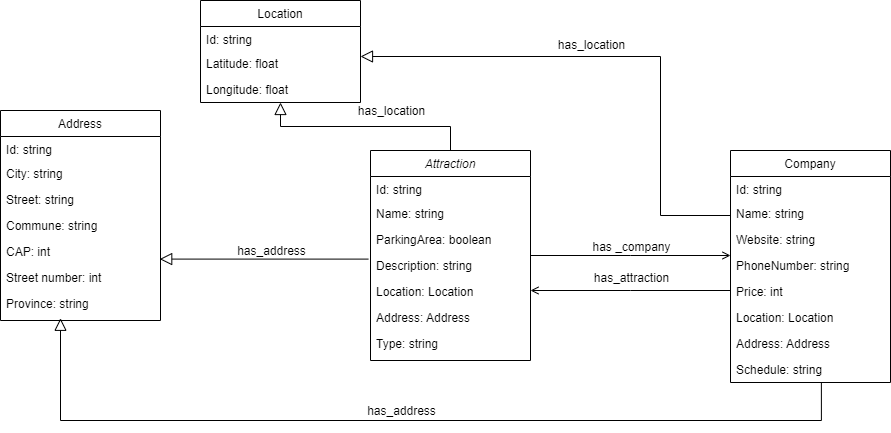
This is Teleologies/Informal Modeling/er.png from AndreFrigo/Trentino-territory, a draw.io export, as it was before one commit. Source tidied: cells renumbered, new cells last; positions are measured from the earlier drawing's top-left corner, leaving out a move shared by most shapes. Its diagram source:
```xml
<mxGraphModel>
  <root>
    <mxCell id="0" />
    <mxCell id="1" parent="0" />
    <mxCell id="2" value="Attraction" style="swimlane;fontStyle=2;align=center;verticalAlign=top;horizontal=1;startSize=26;rounded=0;shadow=0;strokeWidth=1;" parent="1" vertex="1">
      <mxGeometry x="370" y="150" width="160" height="210" as="geometry" />
    </mxCell>
    <mxCell id="3" value="Id: string" style="text;align=left;verticalAlign=top;spacingLeft=4;spacingRight=4;overflow=hidden;" parent="2" vertex="1">
      <mxGeometry y="26" width="160" height="24" as="geometry" />
    </mxCell>
    <mxCell id="4" value="Name: string" style="text;align=left;verticalAlign=top;spacingLeft=4;spacingRight=4;overflow=hidden;" parent="2" vertex="1">
      <mxGeometry y="50" width="160" height="26" as="geometry" />
    </mxCell>
    <mxCell id="5" value="ParkingArea: boolean" style="text;align=left;verticalAlign=top;spacingLeft=4;spacingRight=4;overflow=hidden;rounded=0;shadow=0;html=0;" parent="2" vertex="1">
      <mxGeometry y="76" width="160" height="26" as="geometry" />
    </mxCell>
    <mxCell id="6" value="Description: string" style="text;align=left;verticalAlign=top;spacingLeft=4;spacingRight=4;overflow=hidden;points=[[0,0.5],[1,0.5]];portConstraint=eastwest;rounded=0;shadow=0;html=0;" parent="2" vertex="1">
      <mxGeometry y="102" width="160" height="26" as="geometry" />
    </mxCell>
    <mxCell id="7" value="Location: Location" style="text;align=left;verticalAlign=top;spacingLeft=4;spacingRight=4;overflow=hidden;rounded=0;shadow=0;html=0;" parent="2" vertex="1">
      <mxGeometry y="128" width="160" height="26" as="geometry" />
    </mxCell>
    <mxCell id="8" value="Address: Address" style="text;align=left;verticalAlign=top;spacingLeft=4;spacingRight=4;overflow=hidden;rounded=0;shadow=0;html=0;" parent="2" vertex="1">
      <mxGeometry y="154" width="160" height="26" as="geometry" />
    </mxCell>
    <mxCell id="9" value="Type: string" style="text;align=left;verticalAlign=top;spacingLeft=4;spacingRight=4;overflow=hidden;" parent="2" vertex="1">
      <mxGeometry y="180" width="160" height="26" as="geometry" />
    </mxCell>
    <mxCell id="10" value="Location" style="swimlane;fontStyle=0;align=center;verticalAlign=top;horizontal=1;startSize=26;rounded=0;shadow=0;strokeWidth=1;" parent="1" vertex="1">
      <mxGeometry x="200" width="160" height="102" as="geometry" />
    </mxCell>
    <mxCell id="11" value="Id: string" style="text;align=left;verticalAlign=top;spacingLeft=4;spacingRight=4;overflow=hidden;" parent="10" vertex="1">
      <mxGeometry y="26" width="160" height="24" as="geometry" />
    </mxCell>
    <mxCell id="12" value="Latitude: float" style="text;align=left;verticalAlign=top;spacingLeft=4;spacingRight=4;overflow=hidden;" parent="10" vertex="1">
      <mxGeometry y="50" width="160" height="26" as="geometry" />
    </mxCell>
    <mxCell id="13" value="Longitude: float" style="text;align=left;verticalAlign=top;spacingLeft=4;spacingRight=4;overflow=hidden;" parent="10" vertex="1">
      <mxGeometry y="76" width="160" height="26" as="geometry" />
    </mxCell>
    <mxCell id="14" style="endArrow=block;endSize=10;endFill=0;shadow=0;strokeWidth=1;rounded=0;edgeStyle=elbowEdgeStyle;elbow=vertical;" parent="1" edge="1" source="2" target="10">
      <mxGeometry relative="1" as="geometry" />
    </mxCell>
    <mxCell id="15" value="Company" style="swimlane;fontStyle=0;align=center;verticalAlign=top;horizontal=1;startSize=26;rounded=0;shadow=0;strokeWidth=1;" parent="1" vertex="1">
      <mxGeometry x="730" y="150" width="160" height="232" as="geometry" />
    </mxCell>
    <mxCell id="16" value="Id: string" style="text;align=left;verticalAlign=top;spacingLeft=4;spacingRight=4;overflow=hidden;" parent="15" vertex="1">
      <mxGeometry y="26" width="160" height="24" as="geometry" />
    </mxCell>
    <mxCell id="17" value="Name: string" style="text;align=left;verticalAlign=top;spacingLeft=4;spacingRight=4;overflow=hidden;" parent="15" vertex="1">
      <mxGeometry y="50" width="160" height="26" as="geometry" />
    </mxCell>
    <mxCell id="18" value="Website: string" style="text;align=left;verticalAlign=top;spacingLeft=4;spacingRight=4;overflow=hidden;points=[[0,0.5],[1,0.5]];portConstraint=eastwest;rounded=0;shadow=0;html=0;" parent="15" vertex="1">
      <mxGeometry y="76" width="160" height="26" as="geometry" />
    </mxCell>
    <mxCell id="19" value="PhoneNumber: string" style="text;align=left;verticalAlign=top;spacingLeft=4;spacingRight=4;overflow=hidden;rounded=0;shadow=0;html=0;" parent="15" vertex="1">
      <mxGeometry y="102" width="160" height="26" as="geometry" />
    </mxCell>
    <mxCell id="20" value="Price: int" style="text;align=left;verticalAlign=top;spacingLeft=4;spacingRight=4;overflow=hidden;rounded=0;shadow=0;html=0;" parent="15" vertex="1">
      <mxGeometry y="128" width="160" height="26" as="geometry" />
    </mxCell>
    <mxCell id="21" value="Location: Location" style="text;align=left;verticalAlign=top;spacingLeft=4;spacingRight=4;overflow=hidden;rounded=0;shadow=0;html=0;" parent="15" vertex="1">
      <mxGeometry y="154" width="160" height="26" as="geometry" />
    </mxCell>
    <mxCell id="22" value="Address: Address" style="text;align=left;verticalAlign=top;spacingLeft=4;spacingRight=4;overflow=hidden;rounded=0;shadow=0;html=0;" parent="15" vertex="1">
      <mxGeometry y="180" width="160" height="26" as="geometry" />
    </mxCell>
    <mxCell id="23" value="Schedule: string" style="text;align=left;verticalAlign=top;spacingLeft=4;spacingRight=4;overflow=hidden;points=[[0,0.5],[1,0.5]];portConstraint=eastwest;rounded=0;shadow=0;html=0;" parent="15" vertex="1">
      <mxGeometry y="206" width="160" height="26" as="geometry" />
    </mxCell>
    <mxCell id="24" style="endArrow=open;shadow=0;strokeWidth=1;rounded=0;endFill=1;edgeStyle=elbowEdgeStyle;elbow=vertical;" parent="1" edge="1" source="2" target="15">
      <mxGeometry x="0.5" y="41" relative="1" as="geometry">
        <mxPoint x="-40" y="32" as="offset" />
      </mxGeometry>
    </mxCell>
    <mxCell id="25" value="has _company" style="text;html=1;align=center;verticalAlign=middle;labelBackgroundColor=none;rounded=0;shadow=0;strokeWidth=1;fontSize=12;" parent="24" vertex="1">
      <mxGeometry x="0.5" y="49" relative="1" as="geometry">
        <mxPoint x="-50" y="40" as="offset" />
      </mxGeometry>
    </mxCell>
    <mxCell id="26" value="Address" style="swimlane;fontStyle=0;align=center;verticalAlign=top;horizontal=1;startSize=26;rounded=0;shadow=0;strokeWidth=1;" parent="1" vertex="1">
      <mxGeometry y="110" width="160" height="210" as="geometry" />
    </mxCell>
    <mxCell id="27" value="Id: string" style="text;align=left;verticalAlign=top;spacingLeft=4;spacingRight=4;overflow=hidden;" parent="26" vertex="1">
      <mxGeometry y="26" width="160" height="24" as="geometry" />
    </mxCell>
    <mxCell id="28" value="City: string" style="text;align=left;verticalAlign=top;spacingLeft=4;spacingRight=4;overflow=hidden;" parent="26" vertex="1">
      <mxGeometry y="50" width="160" height="26" as="geometry" />
    </mxCell>
    <mxCell id="29" value="Street: string" style="text;align=left;verticalAlign=top;spacingLeft=4;spacingRight=4;overflow=hidden;" parent="26" vertex="1">
      <mxGeometry y="76" width="160" height="26" as="geometry" />
    </mxCell>
    <mxCell id="30" value="Commune: string " style="text;align=left;verticalAlign=top;spacingLeft=4;spacingRight=4;overflow=hidden;" parent="26" vertex="1">
      <mxGeometry y="102" width="160" height="26" as="geometry" />
    </mxCell>
    <mxCell id="31" value="CAP: int" style="text;align=left;verticalAlign=top;spacingLeft=4;spacingRight=4;overflow=hidden;points=[[0,0.5],[1,0.5]];portConstraint=eastwest;" parent="26" vertex="1">
      <mxGeometry y="128" width="160" height="26" as="geometry" />
    </mxCell>
    <mxCell id="32" value="Street number: int" style="text;align=left;verticalAlign=top;spacingLeft=4;spacingRight=4;overflow=hidden;" parent="26" vertex="1">
      <mxGeometry y="154" width="160" height="26" as="geometry" />
    </mxCell>
    <mxCell id="33" value="Province: string" style="text;align=left;verticalAlign=top;spacingLeft=4;spacingRight=4;overflow=hidden;points=[[0,0.5],[1,0.5]];portConstraint=eastwest;" parent="26" vertex="1">
      <mxGeometry y="180" width="160" height="26" as="geometry" />
    </mxCell>
    <mxCell id="34" style="edgeStyle=orthogonalEdgeStyle;rounded=0;jettySize=auto;html=1;endArrow=block;endFill=0;endSize=10;exitX=0;exitY=0.5;exitDx=0;exitDy=0;" parent="1" edge="1" source="18">
      <mxGeometry relative="1" as="geometry">
        <mxPoint x="360" y="56" as="targetPoint" />
        <Array as="points">
          <mxPoint x="730" y="215" />
          <mxPoint x="660" y="215" />
          <mxPoint x="660" y="56" />
          <mxPoint x="360" y="56" />
        </Array>
      </mxGeometry>
    </mxCell>
    <mxCell id="35" value="has_location" style="text;html=1;align=center;verticalAlign=middle;labelBackgroundColor=none;rounded=0;shadow=0;strokeWidth=1;fontSize=12;" parent="1" vertex="1">
      <mxGeometry x="590" y="44" as="geometry" />
    </mxCell>
    <mxCell id="36" value="has_location" style="text;html=1;align=center;verticalAlign=middle;labelBackgroundColor=none;rounded=0;shadow=0;strokeWidth=1;fontSize=12;" parent="1" vertex="1">
      <mxGeometry x="390" y="110" as="geometry" />
    </mxCell>
    <mxCell id="37" value="has_address" style="text;html=1;align=center;verticalAlign=middle;labelBackgroundColor=none;rounded=0;shadow=0;strokeWidth=1;fontSize=12;" parent="1" vertex="1">
      <mxGeometry x="270" y="250" as="geometry" />
    </mxCell>
    <mxCell id="38" value="has_address" style="text;html=1;align=center;verticalAlign=middle;labelBackgroundColor=none;rounded=0;shadow=0;strokeWidth=1;fontSize=12;" parent="1" vertex="1">
      <mxGeometry x="400" y="410" as="geometry" />
    </mxCell>
    <mxCell id="39" style="edgeStyle=orthogonalEdgeStyle;rounded=0;jettySize=auto;html=1;endArrow=block;endFill=0;endSize=10;entryX=0.375;entryY=1.069;entryDx=0;entryDy=0;entryPerimeter=0;exitX=0.568;exitY=0.992;exitDx=0;exitDy=0;exitPerimeter=0;" parent="1" edge="1" source="23" target="33">
      <mxGeometry relative="1" as="geometry">
        <Array as="points">
          <mxPoint x="821" y="420" />
          <mxPoint x="60" y="420" />
        </Array>
      </mxGeometry>
    </mxCell>
    <mxCell id="40" style="endArrow=block;html=1;rounded=0;exitX=-0.012;exitY=0.254;exitDx=0;exitDy=0;exitPerimeter=0;entryX=0.995;entryY=0.792;entryDx=0;entryDy=0;entryPerimeter=0;endFill=0;endSize=10;" parent="1" edge="1" source="6" target="31">
      <mxGeometry relative="1" as="geometry" />
    </mxCell>
    <mxCell id="41" style="endArrow=open;shadow=0;strokeWidth=1;rounded=0;endFill=1;edgeStyle=elbowEdgeStyle;elbow=vertical;" parent="1" edge="1">
      <mxGeometry x="0.5" y="41" relative="1" as="geometry">
        <mxPoint x="730" y="290" as="sourcePoint" />
        <mxPoint x="530" y="290" as="targetPoint" />
        <mxPoint x="-40" y="32" as="offset" />
      </mxGeometry>
    </mxCell>
    <mxCell id="42" value="has_attraction" style="text;html=1;align=center;verticalAlign=middle;labelBackgroundColor=none;rounded=0;shadow=0;strokeWidth=1;fontSize=12;" parent="41" vertex="1">
      <mxGeometry x="0.5" y="49" relative="1" as="geometry">
        <mxPoint x="50" y="-62" as="offset" />
      </mxGeometry>
    </mxCell>
  </root>
</mxGraphModel>
```
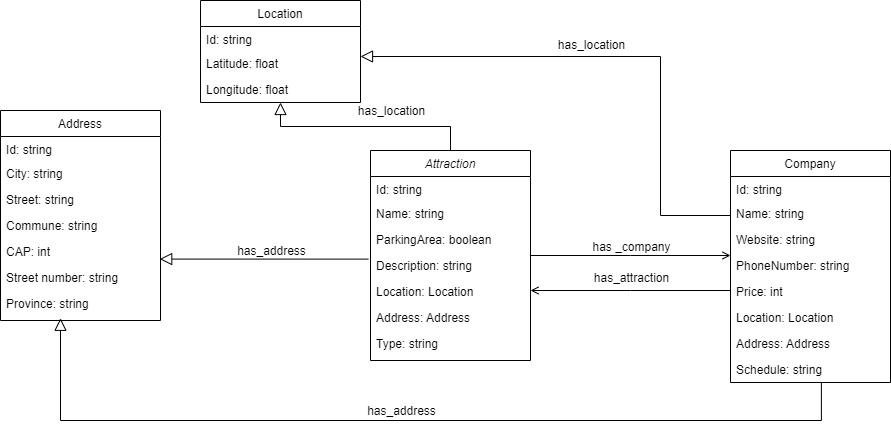
The same diagram one commit later.

The edit, as a diff of the source:
```diff
@@ -96,7 +96,7 @@
     <mxCell id="31" value="CAP: int" style="text;align=left;verticalAlign=top;spacingLeft=4;spacingRight=4;overflow=hidden;points=[[0,0.5],[1,0.5]];portConstraint=eastwest;" parent="26" vertex="1">
       <mxGeometry y="128" width="160" height="26" as="geometry" />
     </mxCell>
-    <mxCell id="32" value="Street number: int" style="text;align=left;verticalAlign=top;spacingLeft=4;spacingRight=4;overflow=hidden;" parent="26" vertex="1">
+    <mxCell id="32" value="Street number: string" style="text;align=left;verticalAlign=top;spacingLeft=4;spacingRight=4;overflow=hidden;" parent="26" vertex="1">
       <mxGeometry y="154" width="160" height="26" as="geometry" />
     </mxCell>
     <mxCell id="33" value="Province: string" style="text;align=left;verticalAlign=top;spacingLeft=4;spacingRight=4;overflow=hidden;points=[[0,0.5],[1,0.5]];portConstraint=eastwest;" parent="26" vertex="1">
```
